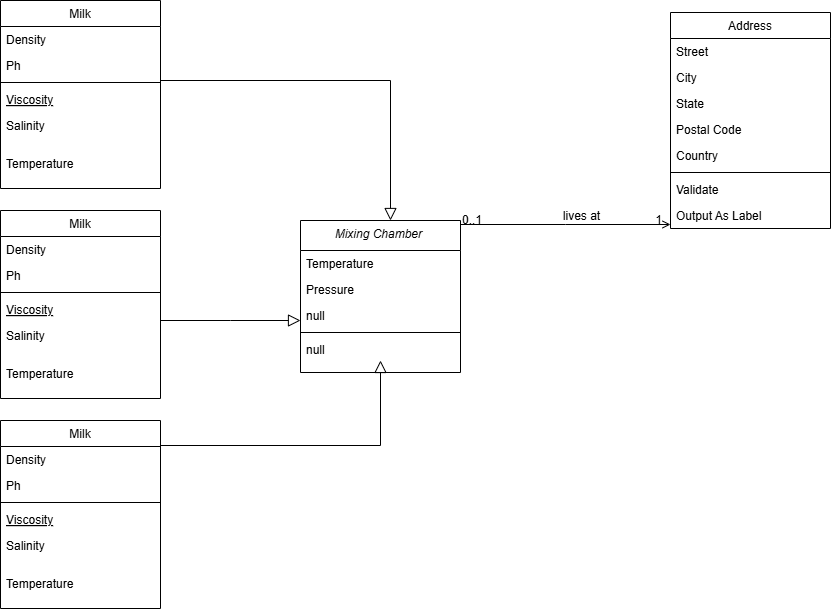
Before: class.png, a diagram exported from draw.io (a-l-a-z-a-r/Chemical-Mixing-Data-Synthesis). Source tidied: cells renumbered, new cells last; positions are measured from the earlier drawing's top-left corner, leaving out a move shared by most shapes.
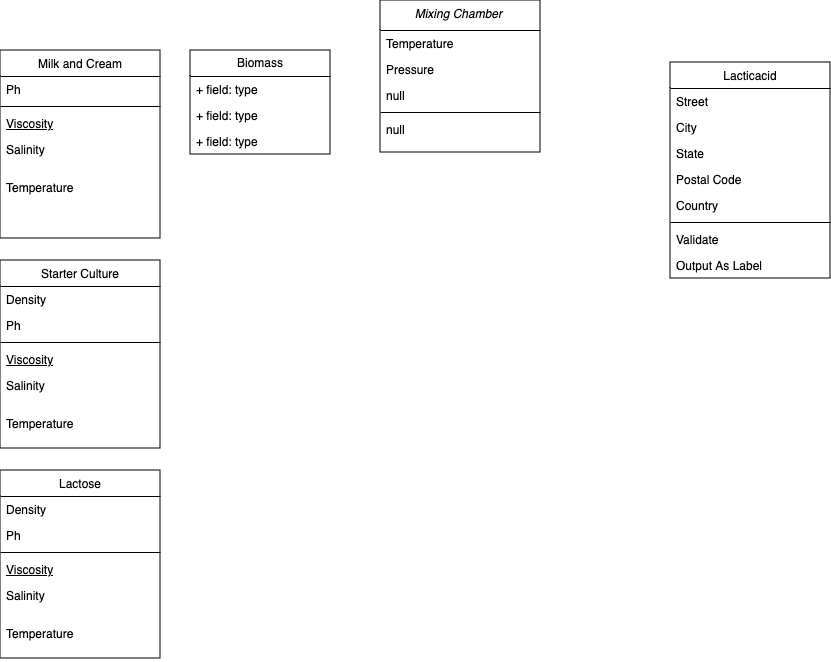
Above is the later version.

The edit, as a diff of the source:
```diff
@@ -3,7 +3,7 @@
     <mxCell id="0" />
     <mxCell id="1" parent="0" />
     <mxCell id="2" value="Mixing Chamber " style="swimlane;fontStyle=2;align=center;verticalAlign=top;horizontal=1;startSize=30;rounded=0;shadow=0;strokeWidth=1;" parent="1" vertex="1">
-      <mxGeometry x="300" y="220" width="160" height="152" as="geometry" />
+      <mxGeometry x="380" y="-50" width="160" height="152" as="geometry" />
     </mxCell>
     <mxCell id="3" value="Temperature" style="text;align=left;verticalAlign=top;spacingLeft=4;spacingRight=4;overflow=hidden;" parent="2" vertex="1">
       <mxGeometry y="30" width="160" height="26" as="geometry" />
@@ -20,35 +20,25 @@
     <mxCell id="7" value="null" style="text;align=left;verticalAlign=top;spacingLeft=4;spacingRight=4;overflow=hidden;" parent="2" vertex="1">
       <mxGeometry y="116" width="160" height="26" as="geometry" />
     </mxCell>
-    <mxCell id="8" value="Milk" style="swimlane;fontStyle=0;align=center;verticalAlign=top;horizontal=1;startSize=26;rounded=0;shadow=0;strokeWidth=1;" parent="1" vertex="1">
+    <mxCell id="8" value="Milk and Cream" style="swimlane;fontStyle=0;align=center;verticalAlign=top;horizontal=1;startSize=26;rounded=0;shadow=0;strokeWidth=1;" parent="1" vertex="1">
       <mxGeometry width="160" height="188" as="geometry" />
     </mxCell>
-    <mxCell id="9" value="Density" style="text;align=left;verticalAlign=top;spacingLeft=4;spacingRight=4;overflow=hidden;" parent="8" vertex="1">
-      <mxGeometry y="26" width="160" height="26" as="geometry" />
-    </mxCell>
     <mxCell id="10" value="Ph" style="text;align=left;verticalAlign=top;spacingLeft=4;spacingRight=4;overflow=hidden;rounded=0;shadow=0;html=0;" parent="8" vertex="1">
-      <mxGeometry y="52" width="160" height="26" as="geometry" />
+      <mxGeometry y="26" width="160" height="26" as="geometry" />
     </mxCell>
     <mxCell id="11" style="line;html=1;strokeWidth=1;align=left;verticalAlign=middle;spacingTop=-1;spacingLeft=3;spacingRight=3;labelPosition=right;" parent="8" vertex="1">
-      <mxGeometry y="78" width="160" height="8" as="geometry" />
+      <mxGeometry y="52" width="160" height="8" as="geometry" />
     </mxCell>
     <mxCell id="12" value="Viscosity" style="text;align=left;verticalAlign=top;spacingLeft=4;spacingRight=4;overflow=hidden;fontStyle=4;" parent="8" vertex="1">
-      <mxGeometry y="86" width="160" height="26" as="geometry" />
+      <mxGeometry y="60" width="160" height="26" as="geometry" />
     </mxCell>
     <mxCell id="13" value="Salinity&#10;" style="text;align=left;verticalAlign=top;spacingLeft=4;spacingRight=4;overflow=hidden;" parent="8" vertex="1">
-      <mxGeometry y="112" width="160" height="38" as="geometry" />
+      <mxGeometry y="86" width="160" height="38" as="geometry" />
     </mxCell>
     <mxCell id="14" value="Temperature" style="text;align=left;verticalAlign=top;spacingLeft=4;spacingRight=4;overflow=hidden;" parent="8" vertex="1">
-      <mxGeometry y="150" width="160" height="38" as="geometry" />
+      <mxGeometry y="124" width="160" height="38" as="geometry" />
     </mxCell>
-    <mxCell id="15" style="endArrow=block;endSize=10;endFill=0;shadow=0;strokeWidth=1;rounded=0;curved=0;edgeStyle=elbowEdgeStyle;elbow=vertical;" parent="1" edge="1" source="8" target="2">
-      <mxGeometry relative="1" as="geometry">
-        <Array as="points">
-          <mxPoint x="390" y="80" />
-        </Array>
-      </mxGeometry>
-    </mxCell>
-    <mxCell id="16" value="Address" style="swimlane;fontStyle=0;align=center;verticalAlign=top;horizontal=1;startSize=26;rounded=0;shadow=0;strokeWidth=1;" parent="1" vertex="1">
+    <mxCell id="16" value="Lacticacid" style="swimlane;fontStyle=0;align=center;verticalAlign=top;horizontal=1;startSize=26;rounded=0;shadow=0;strokeWidth=1;" parent="1" vertex="1">
       <mxGeometry x="670" y="12" width="160" height="216" as="geometry" />
     </mxCell>
     <mxCell id="17" value="Street" style="text;align=left;verticalAlign=top;spacingLeft=4;spacingRight=4;overflow=hidden;" parent="16" vertex="1">
@@ -75,27 +65,7 @@
     <mxCell id="24" value="Output As Label" style="text;align=left;verticalAlign=top;spacingLeft=4;spacingRight=4;overflow=hidden;" parent="16" vertex="1">
       <mxGeometry y="190" width="160" height="26" as="geometry" />
     </mxCell>
-    <mxCell id="25" style="endArrow=open;shadow=0;strokeWidth=1;rounded=0;curved=0;endFill=1;edgeStyle=elbowEdgeStyle;elbow=vertical;" parent="1" edge="1" source="2" target="16">
-      <mxGeometry x="0.5" y="41" relative="1" as="geometry">
-        <mxPoint x="-40" y="32" as="offset" />
-      </mxGeometry>
-    </mxCell>
-    <mxCell id="26" value="0..1" style="align=left;verticalAlign=bottom;labelBackgroundColor=none;fontSize=12;" parent="25" vertex="1">
-      <mxGeometry x="-1" relative="1" as="geometry">
-        <mxPoint y="4" as="offset" />
-      </mxGeometry>
-    </mxCell>
-    <mxCell id="27" value="1" style="align=right;verticalAlign=bottom;labelBackgroundColor=none;fontSize=12;" parent="25" vertex="1">
-      <mxGeometry x="1" relative="1" as="geometry">
-        <mxPoint x="-7" y="4" as="offset" />
-      </mxGeometry>
-    </mxCell>
-    <mxCell id="28" value="lives at" style="text;html=1;align=center;verticalAlign=middle;labelBackgroundColor=none;rounded=0;shadow=0;strokeWidth=1;fontSize=12;" parent="25" vertex="1">
-      <mxGeometry x="0.5" y="49" relative="1" as="geometry">
-        <mxPoint x="-38" y="40" as="offset" />
-      </mxGeometry>
-    </mxCell>
-    <mxCell id="29" value="Milk" style="swimlane;fontStyle=0;align=center;verticalAlign=top;horizontal=1;startSize=26;rounded=0;shadow=0;strokeWidth=1;" parent="1" vertex="1">
+    <mxCell id="29" value="Starter Culture" style="swimlane;fontStyle=0;align=center;verticalAlign=top;horizontal=1;startSize=26;rounded=0;shadow=0;strokeWidth=1;" parent="1" vertex="1">
       <mxGeometry y="210" width="160" height="188" as="geometry" />
     </mxCell>
     <mxCell id="30" value="Density" style="text;align=left;verticalAlign=top;spacingLeft=4;spacingRight=4;overflow=hidden;" parent="29" vertex="1">
@@ -116,7 +86,7 @@
     <mxCell id="35" value="Temperature" style="text;align=left;verticalAlign=top;spacingLeft=4;spacingRight=4;overflow=hidden;" parent="29" vertex="1">
       <mxGeometry y="150" width="160" height="38" as="geometry" />
     </mxCell>
-    <mxCell id="36" value="Milk" style="swimlane;fontStyle=0;align=center;verticalAlign=top;horizontal=1;startSize=26;rounded=0;shadow=0;strokeWidth=1;" parent="1" vertex="1">
+    <mxCell id="36" value="Lactose&#10;" style="swimlane;fontStyle=0;align=center;verticalAlign=top;horizontal=1;startSize=26;rounded=0;shadow=0;strokeWidth=1;" parent="1" vertex="1">
       <mxGeometry y="420" width="160" height="188" as="geometry" />
     </mxCell>
     <mxCell id="37" value="Density" style="text;align=left;verticalAlign=top;spacingLeft=4;spacingRight=4;overflow=hidden;" parent="36" vertex="1">
@@ -137,17 +107,17 @@
     <mxCell id="42" value="Temperature" style="text;align=left;verticalAlign=top;spacingLeft=4;spacingRight=4;overflow=hidden;" parent="36" vertex="1">
       <mxGeometry y="150" width="160" height="38" as="geometry" />
     </mxCell>
-    <mxCell id="43" style="endArrow=block;endSize=10;endFill=0;shadow=0;strokeWidth=1;rounded=0;curved=0;edgeStyle=elbowEdgeStyle;elbow=vertical;" parent="1" edge="1">
-      <mxGeometry relative="1" as="geometry">
-        <mxPoint x="160" y="530" as="sourcePoint" />
-        <mxPoint x="380" y="360" as="targetPoint" />
-      </mxGeometry>
-    </mxCell>
-    <mxCell id="44" style="endArrow=block;endSize=10;endFill=0;shadow=0;strokeWidth=1;rounded=0;curved=0;edgeStyle=elbowEdgeStyle;elbow=vertical;" parent="1" edge="1">
-      <mxGeometry relative="1" as="geometry">
-        <mxPoint x="160" y="320" as="sourcePoint" />
-        <mxPoint x="300" y="320" as="targetPoint" />
-      </mxGeometry>
-    </mxCell>
+    <mxCell id="45" value="Biomass " style="swimlane;fontStyle=0;horizontal=1;startSize=26;fillColor=none;whiteSpace=wrap;html=1;" parent="1" vertex="1">
+      <mxGeometry x="190" width="140" height="104" as="geometry" />
+    </mxCell>
+    <mxCell id="46" value="+ field: type" style="text;strokeColor=none;fillColor=none;align=left;verticalAlign=top;spacingLeft=4;spacingRight=4;overflow=hidden;whiteSpace=wrap;html=1;" parent="45" vertex="1">
+      <mxGeometry y="26" width="140" height="26" as="geometry" />
+    </mxCell>
+    <mxCell id="47" value="+ field: type" style="text;strokeColor=none;fillColor=none;align=left;verticalAlign=top;spacingLeft=4;spacingRight=4;overflow=hidden;whiteSpace=wrap;html=1;" parent="45" vertex="1">
+      <mxGeometry y="52" width="140" height="26" as="geometry" />
+    </mxCell>
+    <mxCell id="48" value="+ field: type" style="text;strokeColor=none;fillColor=none;align=left;verticalAlign=top;spacingLeft=4;spacingRight=4;overflow=hidden;whiteSpace=wrap;html=1;" parent="45" vertex="1">
+      <mxGeometry y="78" width="140" height="26" as="geometry" />
+    </mxCell>
   </root>
 </mxGraphModel>
```
